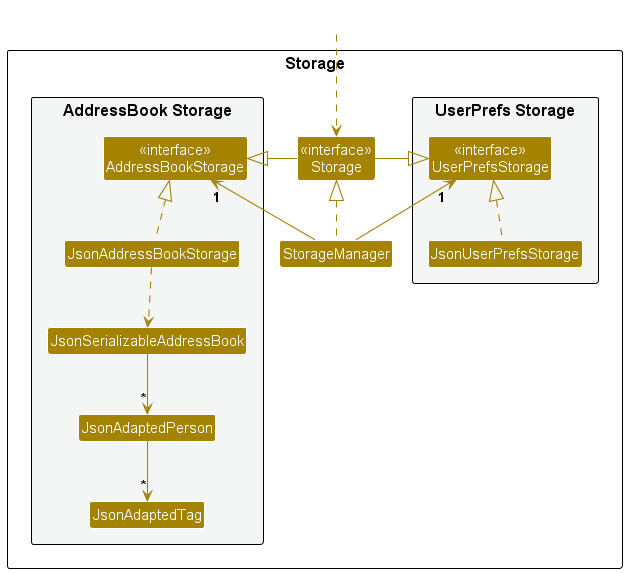
Earlier version of the PlantUML export docs/images/StorageClassDiagram.png (tonyvict/tp).
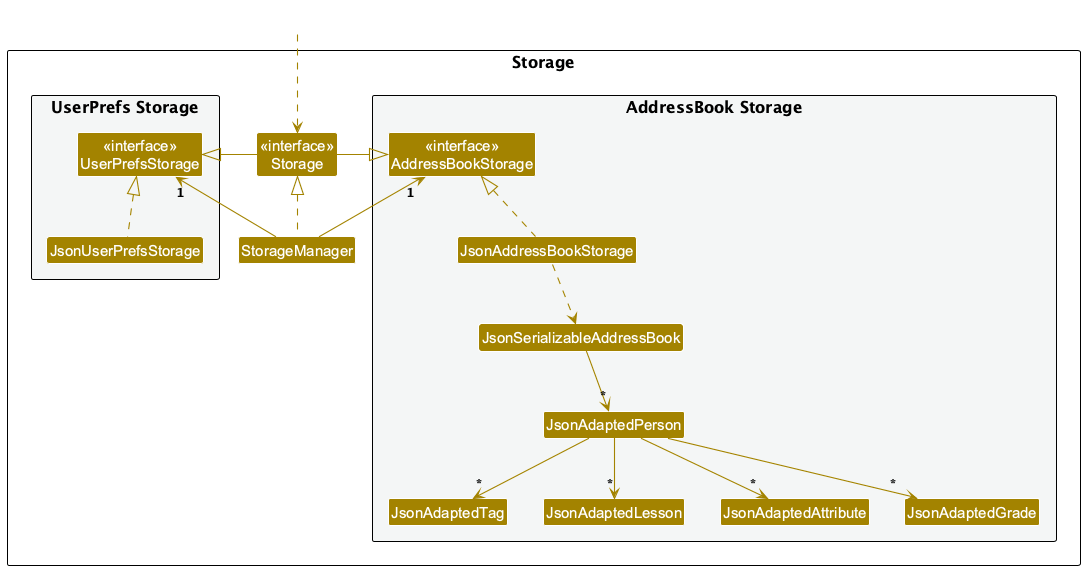
The same file after the commit.

The edit, as a diff of the source:
```diff
@@ -20,6 +20,9 @@
 Class JsonSerializableAddressBook
 Class JsonAdaptedPerson
 Class JsonAdaptedTag
+Class JsonAdaptedLesson
+Class JsonAdaptedAttribute
+Class JsonAdaptedGrade
 }
 
 }
@@ -39,5 +42,8 @@
 JsonAddressBookStorage ..> JsonSerializableAddressBook
 JsonSerializableAddressBook --> "*" JsonAdaptedPerson
 JsonAdaptedPerson --> "*" JsonAdaptedTag
+JsonAdaptedPerson --> "*" JsonAdaptedLesson
+JsonAdaptedPerson --> "*" JsonAdaptedAttribute
+JsonAdaptedPerson --> "*" JsonAdaptedGrade
 
 @enduml
```
